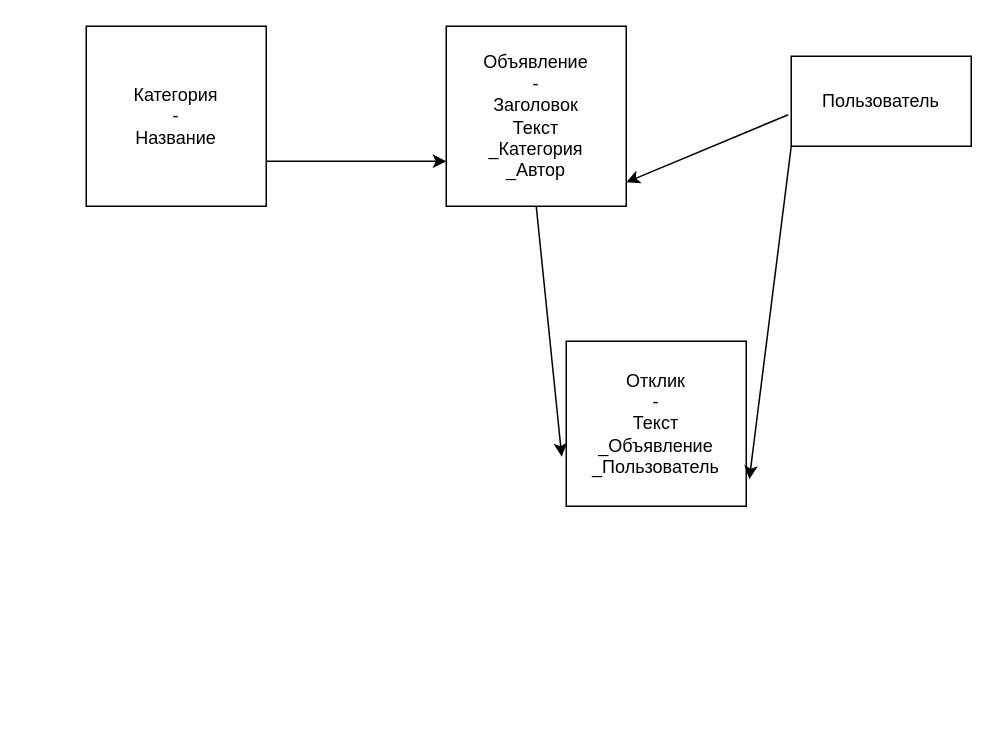
This is SF_D_16_Callboard_Models.drawio from ctulhufromrlieh/SF_D_16_CallBoard, a draw.io file, before an edit. Source tidied: cells renumbered, new cells numbered last; positions are measured from the earlier drawing's top-left corner, leaving out a move shared by most shapes. Both pictures are drawn from the tidied source at 150%, with x=0, y=0 at pixel (86, 26).
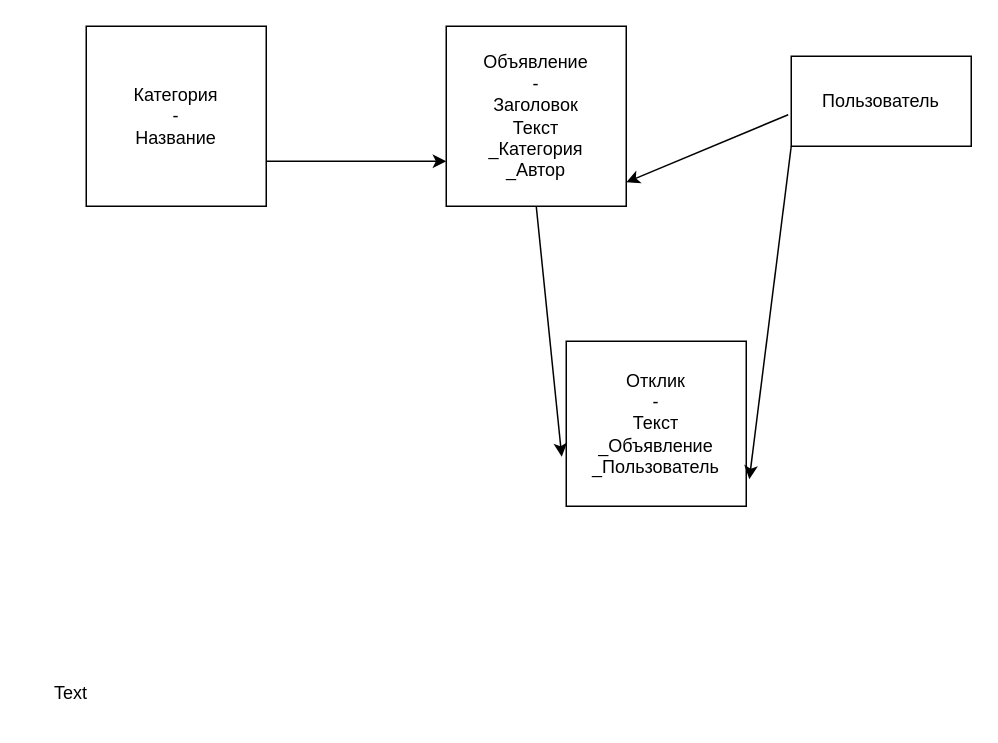
The same diagram, later.

What changed in the source:
```diff
@@
 <mxGraphModel>
   <root>
     <mxCell id="0" />
     <mxCell id="1" parent="0" />
     <mxCell id="2" value="Категория&lt;br&gt;-&lt;br&gt;Название" style="rounded=0;whiteSpace=wrap;html=1;" parent="1" vertex="1">
       <mxGeometry width="120" height="120" as="geometry" />
     </mxCell>
     <mxCell id="3" value="Объявление&lt;br&gt;-&lt;br&gt;Заголовок&lt;br&gt;Текст&lt;br&gt;_Категория&lt;br&gt;_Автор" style="rounded=0;whiteSpace=wrap;html=1;" parent="1" vertex="1">
       <mxGeometry x="240" width="120" height="120" as="geometry" />
     </mxCell>
     <mxCell id="4" style="endArrow=classic;html=1;rounded=0;exitX=1;exitY=0.75;exitDx=0;exitDy=0;entryX=0;entryY=0.75;entryDx=0;entryDy=0;" parent="1" edge="1" source="2" target="3">
       <mxGeometry relative="1" as="geometry" />
     </mxCell>
     <mxCell id="5" value="Пользователь" style="rounded=0;whiteSpace=wrap;html=1;" parent="1" vertex="1">
       <mxGeometry x="470" y="20" width="120" height="60" as="geometry" />
     </mxCell>
     <mxCell id="6" style="endArrow=classic;html=1;rounded=0;exitX=-0.017;exitY=0.65;exitDx=0;exitDy=0;exitPerimeter=0;entryX=1;entryY=0.867;entryDx=0;entryDy=0;entryPerimeter=0;" parent="1" edge="1" source="5" target="3">
       <mxGeometry relative="1" as="geometry" />
     </mxCell>
     <mxCell id="7" value="Отклик&lt;br&gt;-&lt;br&gt;Текст&lt;br&gt;_Объявление&lt;br&gt;_Пользователь" style="rounded=0;whiteSpace=wrap;html=1;" parent="1" vertex="1">
       <mxGeometry x="320" y="210" width="120" height="110" as="geometry" />
     </mxCell>
     <mxCell id="8" style="endArrow=classic;html=1;rounded=0;exitX=0;exitY=1;exitDx=0;exitDy=0;entryX=1.017;entryY=0.836;entryDx=0;entryDy=0;entryPerimeter=0;" parent="1" edge="1" source="5" target="7">
       <mxGeometry relative="1" as="geometry" />
     </mxCell>
     <mxCell id="9" style="endArrow=classic;html=1;rounded=0;exitX=0.5;exitY=1;exitDx=0;exitDy=0;entryX=-0.025;entryY=0.7;entryDx=0;entryDy=0;entryPerimeter=0;" parent="1" edge="1" source="3" target="7">
       <mxGeometry relative="1" as="geometry" />
     </mxCell>
+    <mxCell id="10" value="Text" style="text;html=1;strokeColor=none;fillColor=none;align=center;verticalAlign=middle;whiteSpace=wrap;rounded=0;" parent="1" vertex="1">
+      <mxGeometry x="-40" y="430" width="60" height="30" as="geometry" />
+    </mxCell>
   </root>
 </mxGraphModel>
```
